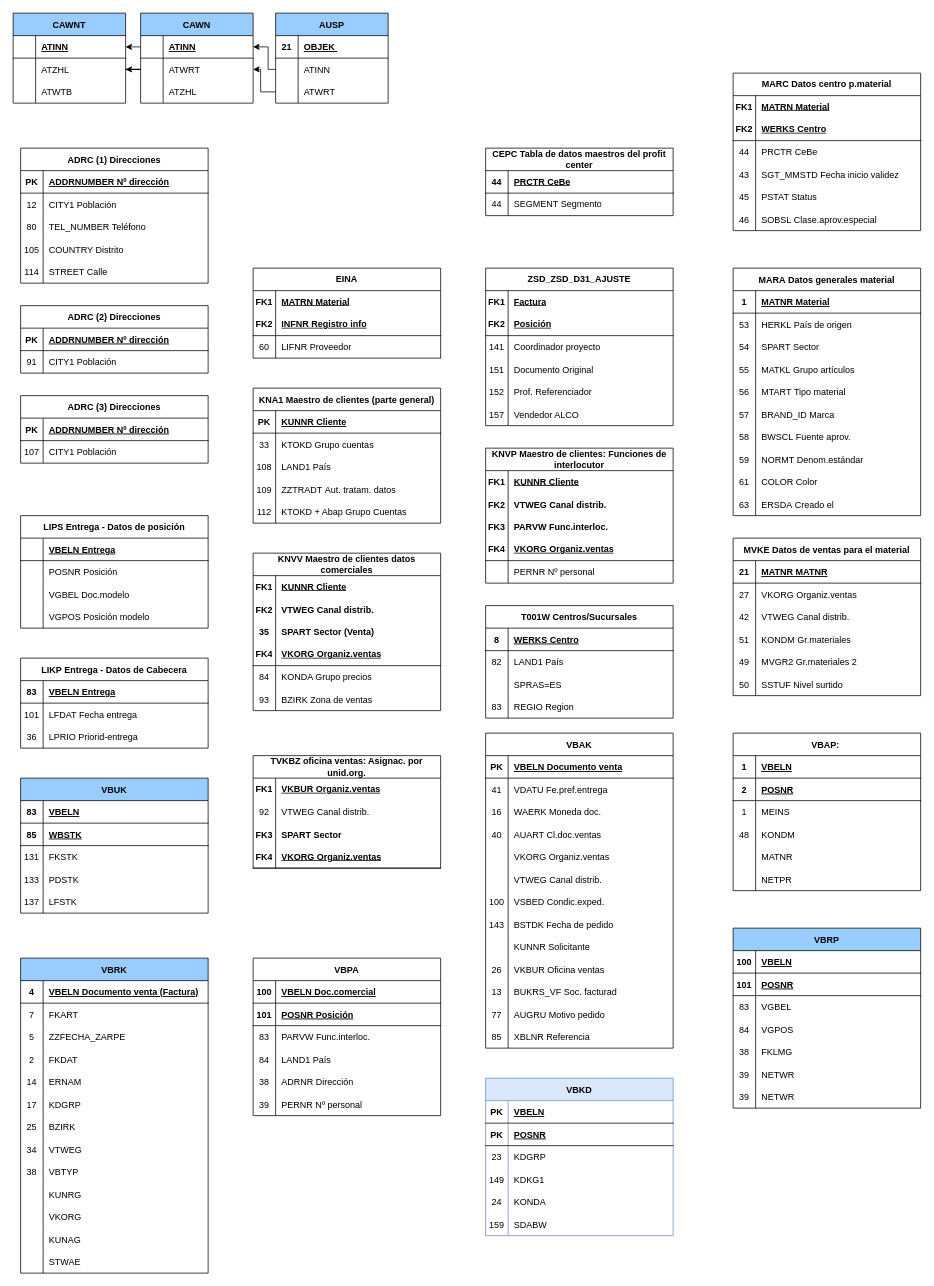
This is Untitled Diagram.drawio from Jacarrascoh1977/Ventas_Y_Contribuciones, a draw.io file, before an edit. Source tidied: cells renumbered, new cells numbered last; positions are measured from the earlier drawing's top-left corner, leaving out a move shared by most shapes. Both pictures are drawn from the tidied source at 75%, with x=0, y=0 at pixel (13, 13).
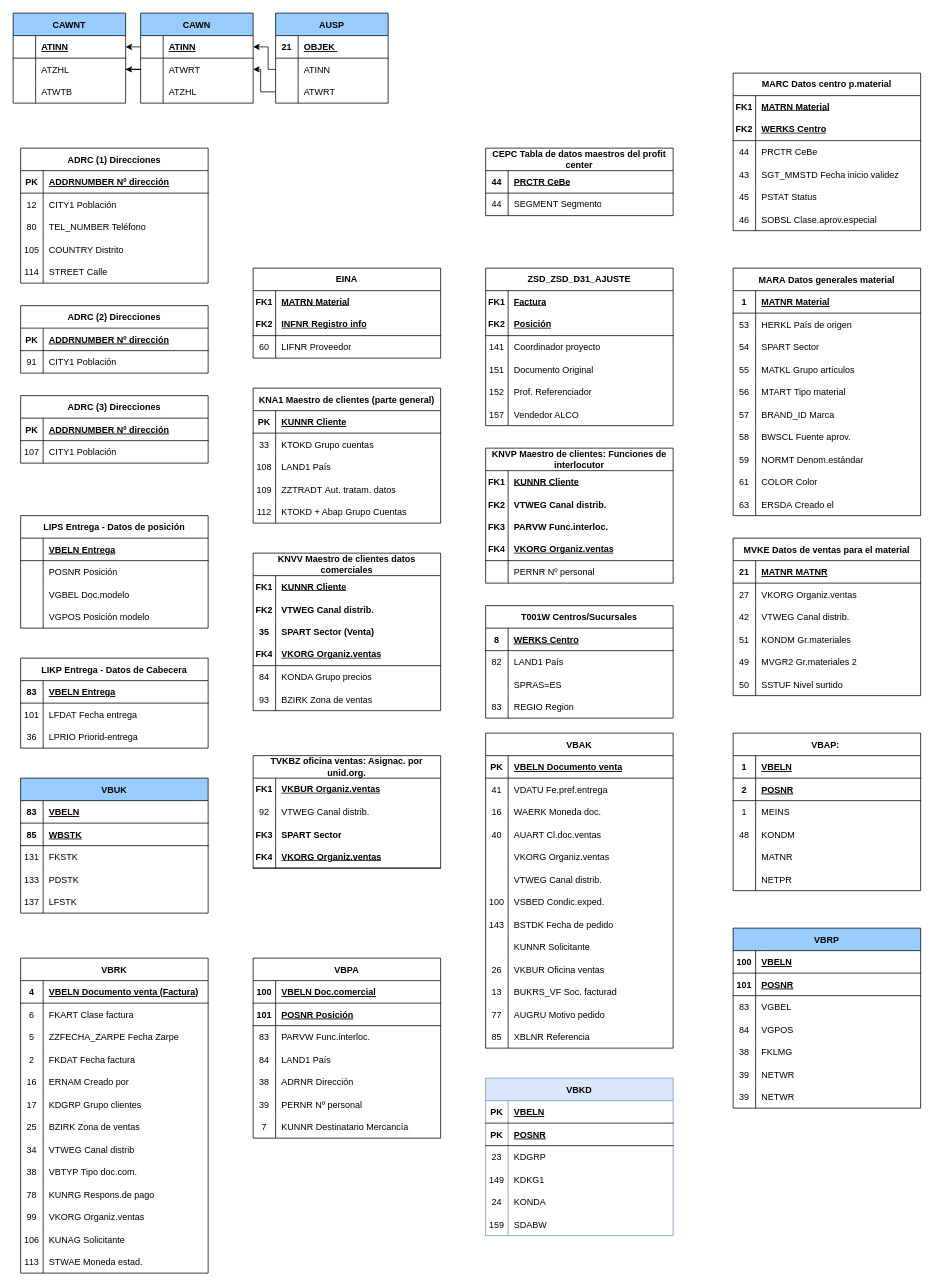
The same diagram, later.

The change refers to these unchanged cells:
```xml
<mxCell id="369" style="shape=partialRectangle;fillColor=none;top=0;left=0;right=0;bottom=0;" parent="365" vertex="1">
  <mxGeometry y="60" width="250" height="30" as="geometry" />
</mxCell>
<mxCell id="372" style="shape=partialRectangle;fillColor=none;top=0;left=0;right=0;bottom=0;" parent="365" vertex="1">
  <mxGeometry y="90" width="250" height="30" as="geometry" />
</mxCell>
<mxCell id="375" style="shape=partialRectangle;fillColor=none;top=0;left=0;right=0;bottom=0;" parent="365" vertex="1">
  <mxGeometry y="120" width="250" height="30" as="geometry" />
</mxCell>
<mxCell id="378" style="shape=partialRectangle;fillColor=none;top=0;left=0;right=0;bottom=0;" parent="365" vertex="1">
  <mxGeometry y="150" width="250" height="30" as="geometry" />
</mxCell>
<mxCell id="381" style="shape=tableRow;horizontal=0;startSize=0;swimlaneHead=0;swimlaneBody=0;fillColor=none;top=0;left=0;right=0;bottom=0;" parent="365" vertex="1">
  <mxGeometry y="180" width="250" height="30" as="geometry" />
</mxCell>
<mxCell id="384" style="shape=tableRow;horizontal=0;startSize=0;swimlaneHead=0;swimlaneBody=0;fillColor=none;top=0;left=0;right=0;bottom=0;" parent="365" vertex="1">
  <mxGeometry y="210" width="250" height="30" as="geometry" />
</mxCell>
<mxCell id="387" style="shape=tableRow;horizontal=0;startSize=0;swimlaneHead=0;swimlaneBody=0;fillColor=none;top=0;left=0;right=0;bottom=0;" parent="365" vertex="1">
  <mxGeometry y="240" width="250" height="30" as="geometry" />
</mxCell>
<mxCell id="390" style="shape=tableRow;horizontal=0;startSize=0;swimlaneHead=0;swimlaneBody=0;fillColor=none;top=0;left=0;right=0;bottom=0;" parent="365" vertex="1">
  <mxGeometry y="270" width="250" height="30" as="geometry" />
</mxCell>
<mxCell id="393" style="shape=tableRow;horizontal=0;startSize=0;swimlaneHead=0;swimlaneBody=0;fillColor=none;top=0;left=0;right=0;bottom=0;" parent="365" vertex="1">
  <mxGeometry y="300" width="250" height="30" as="geometry" />
</mxCell>
<mxCell id="396" style="shape=tableRow;horizontal=0;startSize=0;swimlaneHead=0;swimlaneBody=0;fillColor=none;top=0;left=0;right=0;bottom=0;" parent="365" vertex="1">
  <mxGeometry y="330" width="250" height="30" as="geometry" />
</mxCell>
<mxCell id="399" style="shape=tableRow;horizontal=0;startSize=0;swimlaneHead=0;swimlaneBody=0;fillColor=none;top=0;left=0;right=0;bottom=0;" parent="365" vertex="1">
  <mxGeometry y="360" width="250" height="30" as="geometry" />
</mxCell>
<mxCell id="402" style="shape=tableRow;horizontal=0;startSize=0;swimlaneHead=0;swimlaneBody=0;fillColor=none;top=0;left=0;right=0;bottom=0;" parent="365" vertex="1">
  <mxGeometry y="390" width="250" height="30" as="geometry" />
</mxCell>
```

The edit, as a diff of the source:
```diff
@@
-    <mxCell id="365" value="VBRK" style="shape=table;startSize=30;childLayout=tableLayout;rowLines=0;fontStyle=1;align=center;fillColor=#99CCFF;" parent="1" vertex="1">
+    <mxCell id="365" value="VBRK" style="shape=table;startSize=30;childLayout=tableLayout;rowLines=0;fontStyle=1;align=center;" parent="1" vertex="1">
       <mxGeometry x="10" y="1260" width="250" height="420" as="geometry" />
     </mxCell>
@@
-    <mxCell id="370" value="7" style="shape=partialRectangle;overflow=hidden;fillColor=none;top=0;left=0;bottom=0;right=0;" parent="369" vertex="1">
+    <mxCell id="370" value="6" style="shape=partialRectangle;overflow=hidden;fillColor=none;top=0;left=0;bottom=0;right=0;" parent="369" vertex="1">
       <mxGeometry width="30" height="30" as="geometry" />
     </mxCell>
-    <mxCell id="371" value="FKART" style="shape=partialRectangle;overflow=hidden;fillColor=none;top=0;left=0;bottom=0;right=0;align=left;spacingLeft=6;" parent="369" vertex="1">
+    <mxCell id="371" value="FKART Clase factura" style="shape=partialRectangle;overflow=hidden;fillColor=none;top=0;left=0;bottom=0;right=0;align=left;spacingLeft=6;" parent="369" vertex="1">
       <mxGeometry x="30" width="220" height="30" as="geometry" />
     </mxCell>
@@
-    <mxCell id="374" value="ZZFECHA_ZARPE" style="shape=partialRectangle;overflow=hidden;fillColor=none;top=0;left=0;bottom=0;right=0;align=left;spacingLeft=6;" parent="372" vertex="1">
+    <mxCell id="374" value="ZZFECHA_ZARPE Fecha Zarpe" style="shape=partialRectangle;overflow=hidden;fillColor=none;top=0;left=0;bottom=0;right=0;align=left;spacingLeft=6;" parent="372" vertex="1">
       <mxGeometry x="30" width="220" height="30" as="geometry" />
     </mxCell>
@@
-    <mxCell id="377" value="FKDAT" style="shape=partialRectangle;overflow=hidden;fillColor=none;top=0;left=0;bottom=0;right=0;align=left;spacingLeft=6;" parent="375" vertex="1">
+    <mxCell id="377" value="FKDAT Fecha factura" style="shape=partialRectangle;overflow=hidden;fillColor=none;top=0;left=0;bottom=0;right=0;align=left;spacingLeft=6;" parent="375" vertex="1">
       <mxGeometry x="30" width="220" height="30" as="geometry" />
     </mxCell>
@@
-    <mxCell id="379" value="14" style="shape=partialRectangle;overflow=hidden;fillColor=none;top=0;left=0;bottom=0;right=0;" parent="378" vertex="1">
+    <mxCell id="379" value="16" style="shape=partialRectangle;overflow=hidden;fillColor=none;top=0;left=0;bottom=0;right=0;" parent="378" vertex="1">
       <mxGeometry width="30" height="30" as="geometry" />
     </mxCell>
-    <mxCell id="380" value="ERNAM" style="shape=partialRectangle;overflow=hidden;fillColor=none;top=0;left=0;bottom=0;right=0;align=left;spacingLeft=6;" parent="378" vertex="1">
+    <mxCell id="380" value="ERNAM Creado por" style="shape=partialRectangle;overflow=hidden;fillColor=none;top=0;left=0;bottom=0;right=0;align=left;spacingLeft=6;" parent="378" vertex="1">
       <mxGeometry x="30" width="220" height="30" as="geometry" />
     </mxCell>
@@
-    <mxCell id="383" value="KDGRP" style="shape=partialRectangle;fillColor=none;top=0;left=0;bottom=0;right=0;align=left;spacingLeft=6;overflow=hidden;" parent="381" vertex="1">
+    <mxCell id="383" value="KDGRP Grupo clientes" style="shape=partialRectangle;fillColor=none;top=0;left=0;bottom=0;right=0;align=left;spacingLeft=6;overflow=hidden;" parent="381" vertex="1">
       <mxGeometry x="30" width="220" height="30" as="geometry" />
     </mxCell>
@@
-    <mxCell id="386" value="BZIRK" style="shape=partialRectangle;fillColor=none;top=0;left=0;bottom=0;right=0;align=left;spacingLeft=6;overflow=hidden;" parent="384" vertex="1">
+    <mxCell id="386" value="BZIRK Zona de ventas" style="shape=partialRectangle;fillColor=none;top=0;left=0;bottom=0;right=0;align=left;spacingLeft=6;overflow=hidden;" parent="384" vertex="1">
       <mxGeometry x="30" width="220" height="30" as="geometry" />
     </mxCell>
@@
-    <mxCell id="389" value="VTWEG" style="shape=partialRectangle;fillColor=none;top=0;left=0;bottom=0;right=0;align=left;spacingLeft=6;overflow=hidden;" parent="387" vertex="1">
+    <mxCell id="389" value="VTWEG Canal distrib" style="shape=partialRectangle;fillColor=none;top=0;left=0;bottom=0;right=0;align=left;spacingLeft=6;overflow=hidden;" parent="387" vertex="1">
       <mxGeometry x="30" width="220" height="30" as="geometry" />
     </mxCell>
@@
-    <mxCell id="392" value="VBTYP" style="shape=partialRectangle;fillColor=none;top=0;left=0;bottom=0;right=0;align=left;spacingLeft=6;overflow=hidden;" parent="390" vertex="1">
+    <mxCell id="392" value="VBTYP Tipo doc.com." style="shape=partialRectangle;fillColor=none;top=0;left=0;bottom=0;right=0;align=left;spacingLeft=6;overflow=hidden;" parent="390" vertex="1">
       <mxGeometry x="30" width="220" height="30" as="geometry" />
     </mxCell>
@@
-    <mxCell id="394" style="shape=partialRectangle;fillColor=none;top=0;left=0;bottom=0;right=0;overflow=hidden;" parent="393" vertex="1">
+    <mxCell id="394" value="78" style="shape=partialRectangle;fillColor=none;top=0;left=0;bottom=0;right=0;overflow=hidden;" parent="393" vertex="1">
       <mxGeometry width="30" height="30" as="geometry" />
     </mxCell>
-    <mxCell id="395" value="KUNRG" style="shape=partialRectangle;fillColor=none;top=0;left=0;bottom=0;right=0;align=left;spacingLeft=6;overflow=hidden;" parent="393" vertex="1">
+    <mxCell id="395" value="KUNRG Respons.de pago" style="shape=partialRectangle;fillColor=none;top=0;left=0;bottom=0;right=0;align=left;spacingLeft=6;overflow=hidden;" parent="393" vertex="1">
       <mxGeometry x="30" width="220" height="30" as="geometry" />
     </mxCell>
@@
-    <mxCell id="397" style="shape=partialRectangle;fillColor=none;top=0;left=0;bottom=0;right=0;overflow=hidden;" parent="396" vertex="1">
+    <mxCell id="397" value="99" style="shape=partialRectangle;fillColor=none;top=0;left=0;bottom=0;right=0;overflow=hidden;" parent="396" vertex="1">
       <mxGeometry width="30" height="30" as="geometry" />
     </mxCell>
-    <mxCell id="398" value="VKORG" style="shape=partialRectangle;fillColor=none;top=0;left=0;bottom=0;right=0;align=left;spacingLeft=6;overflow=hidden;" parent="396" vertex="1">
+    <mxCell id="398" value="VKORG Organiz.ventas" style="shape=partialRectangle;fillColor=none;top=0;left=0;bottom=0;right=0;align=left;spacingLeft=6;overflow=hidden;" parent="396" vertex="1">
       <mxGeometry x="30" width="220" height="30" as="geometry" />
     </mxCell>
@@
-    <mxCell id="400" style="shape=partialRectangle;fillColor=none;top=0;left=0;bottom=0;right=0;overflow=hidden;" parent="399" vertex="1">
+    <mxCell id="400" value="106" style="shape=partialRectangle;fillColor=none;top=0;left=0;bottom=0;right=0;overflow=hidden;" parent="399" vertex="1">
       <mxGeometry width="30" height="30" as="geometry" />
     </mxCell>
-    <mxCell id="401" value="KUNAG" style="shape=partialRectangle;fillColor=none;top=0;left=0;bottom=0;right=0;align=left;spacingLeft=6;overflow=hidden;" parent="399" vertex="1">
+    <mxCell id="401" value="KUNAG Solicitante" style="shape=partialRectangle;fillColor=none;top=0;left=0;bottom=0;right=0;align=left;spacingLeft=6;overflow=hidden;" parent="399" vertex="1">
       <mxGeometry x="30" width="220" height="30" as="geometry" />
     </mxCell>
@@
-    <mxCell id="403" style="shape=partialRectangle;fillColor=none;top=0;left=0;bottom=0;right=0;overflow=hidden;" parent="402" vertex="1">
+    <mxCell id="403" value="113" style="shape=partialRectangle;fillColor=none;top=0;left=0;bottom=0;right=0;overflow=hidden;" parent="402" vertex="1">
       <mxGeometry width="30" height="30" as="geometry" />
     </mxCell>
-    <mxCell id="404" value="STWAE" style="shape=partialRectangle;fillColor=none;top=0;left=0;bottom=0;right=0;align=left;spacingLeft=6;overflow=hidden;" parent="402" vertex="1">
+    <mxCell id="404" value="STWAE Moneda estad." style="shape=partialRectangle;fillColor=none;top=0;left=0;bottom=0;right=0;align=left;spacingLeft=6;overflow=hidden;" parent="402" vertex="1">
       <mxGeometry x="30" width="220" height="30" as="geometry" />
     </mxCell>
@@
     <mxCell id="427" value="VBPA" style="shape=table;startSize=30;childLayout=tableLayout;rowLines=0;fontStyle=1;align=center;" parent="1" vertex="1">
-      <mxGeometry x="320" y="1260" width="250" height="210" as="geometry" />
+      <mxGeometry x="320" y="1260" width="250" height="240" as="geometry" />
     </mxCell>
@@
+    <mxCell id="446" style="shape=tableRow;horizontal=0;startSize=0;swimlaneHead=0;swimlaneBody=0;fillColor=none;top=0;left=0;right=0;bottom=0;" parent="427" vertex="1">
+      <mxGeometry y="210" width="250" height="30" as="geometry" />
+    </mxCell>
+    <mxCell id="447" value="7" style="shape=partialRectangle;fillColor=none;top=0;left=0;bottom=0;right=0;overflow=hidden;" parent="446" vertex="1">
+      <mxGeometry width="30" height="30" as="geometry" />
+    </mxCell>
+    <mxCell id="448" value="KUNNR Destinatario Mercancía" style="shape=partialRectangle;fillColor=none;top=0;left=0;bottom=0;right=0;align=left;spacingLeft=6;overflow=hidden;" parent="446" vertex="1">
+      <mxGeometry x="30" width="220" height="30" as="geometry" />
+    </mxCell>
```
